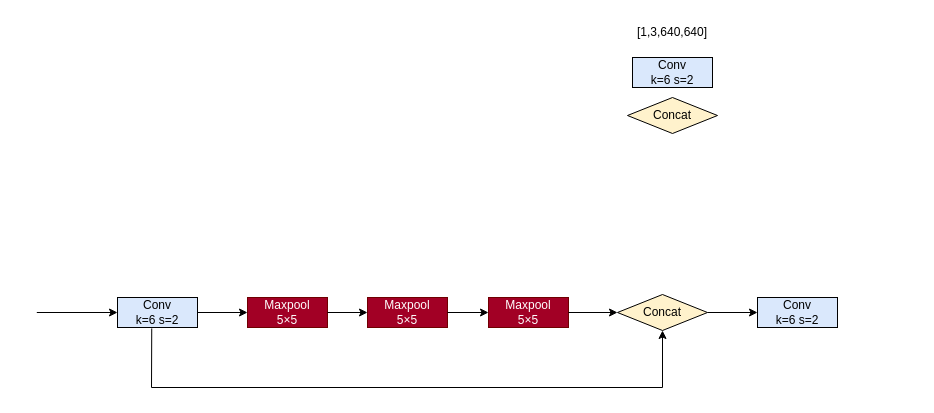
The draw.io diagram Draw.io/本科毕业设计/SPPF.drawio in Arete-FFF/PicGo, before the edit. Source tidied: cells renumbered, new cells numbered last; positions are measured from the earlier drawing's top-left corner, leaving out a move shared by most shapes. Both pictures are drawn from the tidied source at 100%, with x=0, y=0 at pixel (36, 17).
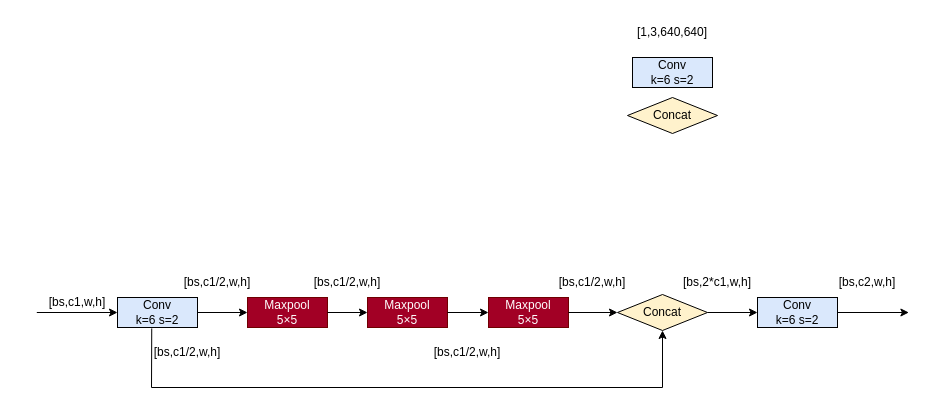
After the change.

The change refers to these unchanged cells:
```xml
<mxCell id="6" value="Conv&lt;br&gt;k=6 s=2" style="rounded=0;whiteSpace=wrap;html=1;fillColor=#dae8fc;strokeColor=#000000;" parent="1" vertex="1">
  <mxGeometry x="721" y="280" width="80" height="30" as="geometry" />
</mxCell>
```

Diff of the diagram source:
```diff
@@
+    <mxCell id="18" value="[bs,c1,w,h]" style="rounded=0;whiteSpace=wrap;html=1;fillColor=none;strokeColor=none;" parent="1" vertex="1">
+      <mxGeometry x="-19" y="270" width="120" height="30" as="geometry" />
+    </mxCell>
+    <mxCell id="19" value="[bs,c1/2,w,h]" style="rounded=0;whiteSpace=wrap;html=1;fillColor=none;strokeColor=none;" parent="1" vertex="1">
+      <mxGeometry x="141" y="250" width="80" height="30" as="geometry" />
+    </mxCell>
+    <mxCell id="20" value="[bs,c1/2,w,h]" style="rounded=0;whiteSpace=wrap;html=1;fillColor=none;strokeColor=none;" parent="1" vertex="1">
+      <mxGeometry x="271" y="250" width="80" height="30" as="geometry" />
+    </mxCell>
+    <mxCell id="21" value="[bs,c1/2,w,h]" style="rounded=0;whiteSpace=wrap;html=1;fillColor=none;strokeColor=none;" parent="1" vertex="1">
+      <mxGeometry x="391" y="320" width="80" height="30" as="geometry" />
+    </mxCell>
+    <mxCell id="22" value="[bs,c1/2,w,h]" style="rounded=0;whiteSpace=wrap;html=1;fillColor=none;strokeColor=none;" parent="1" vertex="1">
+      <mxGeometry x="516" y="250" width="80" height="30" as="geometry" />
+    </mxCell>
+    <mxCell id="23" value="[bs,2*c1,w,h]" style="rounded=0;whiteSpace=wrap;html=1;fillColor=none;strokeColor=none;" parent="1" vertex="1">
+      <mxGeometry x="641" y="250" width="80" height="30" as="geometry" />
+    </mxCell>
+    <mxCell id="24" value="[bs,c2,w,h]" style="rounded=0;whiteSpace=wrap;html=1;fillColor=none;strokeColor=none;" parent="1" vertex="1">
+      <mxGeometry x="791" y="250" width="80" height="30" as="geometry" />
+    </mxCell>
+    <mxCell id="25" style="endArrow=classic;html=1;rounded=0;exitX=1;exitY=0.5;exitDx=0;exitDy=0;" parent="1" edge="1" source="6">
+      <mxGeometry relative="1" as="geometry">
+        <mxPoint x="872.4" y="295" as="targetPoint" />
+      </mxGeometry>
+    </mxCell>
+    <mxCell id="26" value="[bs,c1/2,w,h]" style="rounded=0;whiteSpace=wrap;html=1;fillColor=none;strokeColor=none;" parent="1" vertex="1">
+      <mxGeometry x="111" y="320" width="80" height="30" as="geometry" />
+    </mxCell>
```
